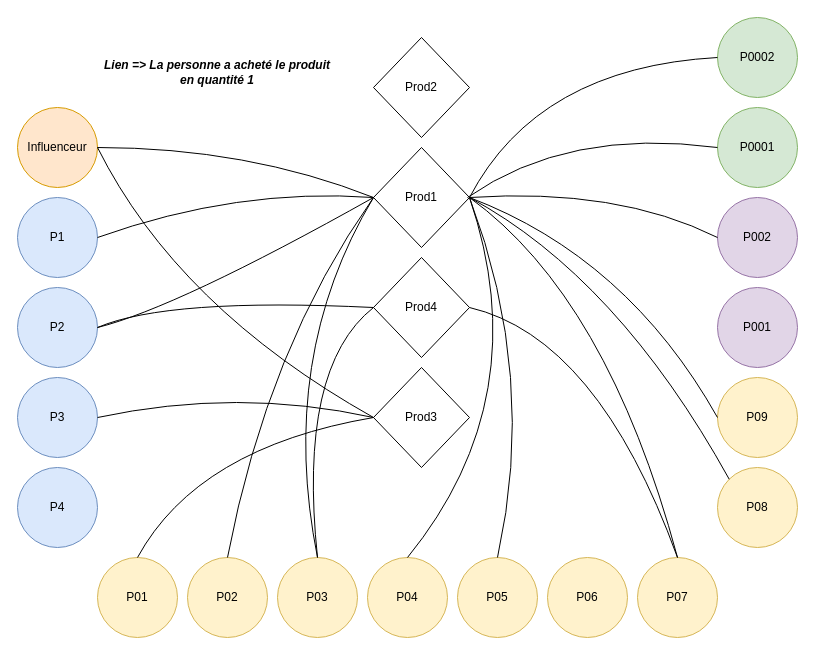
KontainPluton/tp_nosql_vs_sql keeps this draw.io diagram as page "Produits" (2 of 2) of doc/schemas/DiagrammePersonnes.drawio. Above is the earlier version. Source tidied: cells renumbered, new cells numbered last; positions are measured from the earlier drawing's top-left corner, leaving out a move shared by most shapes. Both pictures are drawn from the tidied source at 100%, with x=0, y=0 at pixel (17, 17).
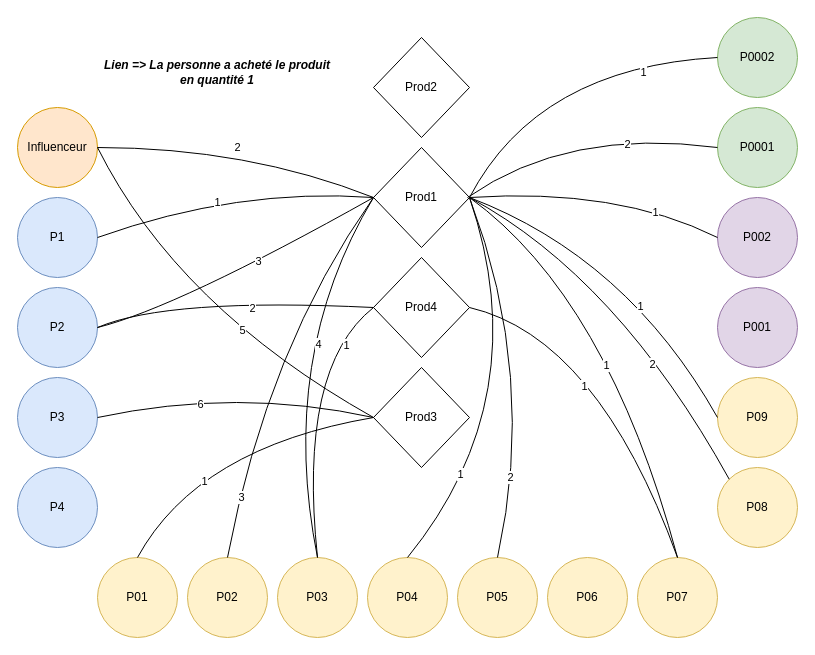
The same diagram, later.

The change refers to these unchanged cells:
```xml
<mxCell id="24" style="endArrow=none;html=1;curved=1;exitX=1;exitY=0.5;exitDx=0;exitDy=0;entryX=0;entryY=0.5;entryDx=0;entryDy=0;" parent="1" edge="1" source="2" target="20">
  <mxGeometry relative="1" as="geometry">
    <Array as="points">
      <mxPoint x="230" y="130" />
    </Array>
  </mxGeometry>
</mxCell>
<mxCell id="25" style="endArrow=none;html=1;curved=1;exitX=1;exitY=0.5;exitDx=0;exitDy=0;entryX=0;entryY=0.5;entryDx=0;entryDy=0;" parent="1" edge="1" source="3" target="20">
  <mxGeometry relative="1" as="geometry">
    <Array as="points">
      <mxPoint x="220" y="170" />
    </Array>
  </mxGeometry>
</mxCell>
<mxCell id="26" style="endArrow=none;html=1;curved=1;exitX=1;exitY=0.5;exitDx=0;exitDy=0;entryX=0;entryY=0.5;entryDx=0;entryDy=0;" parent="1" edge="1" source="4" target="21">
  <mxGeometry relative="1" as="geometry">
    <Array as="points">
      <mxPoint x="150" y="280" />
    </Array>
  </mxGeometry>
</mxCell>
<mxCell id="27" style="endArrow=none;html=1;curved=1;exitX=1;exitY=0.5;exitDx=0;exitDy=0;entryX=0;entryY=0.5;entryDx=0;entryDy=0;" parent="1" edge="1" source="5" target="23">
  <mxGeometry relative="1" as="geometry">
    <Array as="points">
      <mxPoint x="220" y="370" />
    </Array>
  </mxGeometry>
</mxCell>
<mxCell id="28" style="endArrow=none;html=1;curved=1;exitX=0;exitY=0.5;exitDx=0;exitDy=0;entryX=1;entryY=0.5;entryDx=0;entryDy=0;" parent="1" edge="1" source="19" target="20">
  <mxGeometry relative="1" as="geometry">
    <Array as="points">
      <mxPoint x="520" y="50" />
    </Array>
  </mxGeometry>
</mxCell>
<mxCell id="29" style="endArrow=none;html=1;curved=1;exitX=0;exitY=0.5;exitDx=0;exitDy=0;" parent="1" edge="1" source="18">
  <mxGeometry relative="1" as="geometry">
    <mxPoint x="450" y="180" as="targetPoint" />
    <Array as="points">
      <mxPoint x="550" y="110" />
    </Array>
  </mxGeometry>
</mxCell>
<mxCell id="30" style="endArrow=none;html=1;curved=1;exitX=1;exitY=0.5;exitDx=0;exitDy=0;entryX=0;entryY=0.5;entryDx=0;entryDy=0;" parent="1" edge="1" source="4" target="20">
  <mxGeometry relative="1" as="geometry">
    <Array as="points">
      <mxPoint x="160" y="290" />
    </Array>
  </mxGeometry>
</mxCell>
<mxCell id="31" style="endArrow=none;html=1;curved=1;exitX=1;exitY=0.5;exitDx=0;exitDy=0;entryX=0;entryY=0.5;entryDx=0;entryDy=0;" parent="1" edge="1" source="20" target="17">
  <mxGeometry relative="1" as="geometry">
    <Array as="points">
      <mxPoint x="600" y="170" />
    </Array>
  </mxGeometry>
</mxCell>
<mxCell id="32" style="endArrow=none;html=1;curved=1;exitX=1;exitY=0.5;exitDx=0;exitDy=0;entryX=0;entryY=0.5;entryDx=0;entryDy=0;" parent="1" edge="1" source="20" target="15">
  <mxGeometry relative="1" as="geometry">
    <Array as="points">
      <mxPoint x="610" y="240" />
    </Array>
  </mxGeometry>
</mxCell>
<mxCell id="33" style="endArrow=none;html=1;curved=1;exitX=1;exitY=0.5;exitDx=0;exitDy=0;entryX=0;entryY=0;entryDx=0;entryDy=0;" parent="1" edge="1" source="20" target="14">
  <mxGeometry relative="1" as="geometry">
    <Array as="points">
      <mxPoint x="600" y="260" />
    </Array>
  </mxGeometry>
</mxCell>
<mxCell id="34" style="endArrow=none;html=1;curved=1;exitX=1;exitY=0.5;exitDx=0;exitDy=0;entryX=0.5;entryY=0;entryDx=0;entryDy=0;" parent="1" edge="1" source="20" target="13">
  <mxGeometry relative="1" as="geometry">
    <Array as="points">
      <mxPoint x="590" y="280" />
    </Array>
  </mxGeometry>
</mxCell>
<mxCell id="35" style="endArrow=none;html=1;curved=1;exitX=1;exitY=0.5;exitDx=0;exitDy=0;" parent="1" edge="1" source="21">
  <mxGeometry relative="1" as="geometry">
    <mxPoint x="660" y="540" as="targetPoint" />
    <Array as="points">
      <mxPoint x="580" y="320" />
    </Array>
  </mxGeometry>
</mxCell>
<mxCell id="36" style="endArrow=none;html=1;curved=1;exitX=0.5;exitY=0;exitDx=0;exitDy=0;entryX=1;entryY=0.5;entryDx=0;entryDy=0;" parent="1" edge="1" source="11" target="20">
  <mxGeometry relative="1" as="geometry">
    <Array as="points">
      <mxPoint x="520" y="360" />
    </Array>
  </mxGeometry>
</mxCell>
<mxCell id="37" style="endArrow=none;html=1;curved=1;exitX=0.5;exitY=0;exitDx=0;exitDy=0;entryX=1;entryY=0.5;entryDx=0;entryDy=0;" parent="1" edge="1" source="10" target="20">
  <mxGeometry relative="1" as="geometry">
    <Array as="points">
      <mxPoint x="520" y="380" />
    </Array>
  </mxGeometry>
</mxCell>
<mxCell id="38" style="endArrow=none;html=1;curved=1;exitX=0.5;exitY=0;exitDx=0;exitDy=0;entryX=0;entryY=0.5;entryDx=0;entryDy=0;" parent="1" edge="1" source="9" target="20">
  <mxGeometry relative="1" as="geometry">
    <Array as="points">
      <mxPoint x="260" y="340" />
    </Array>
  </mxGeometry>
</mxCell>
<mxCell id="39" style="endArrow=none;html=1;curved=1;exitX=0.5;exitY=0;exitDx=0;exitDy=0;entryX=0;entryY=0.5;entryDx=0;entryDy=0;" parent="1" edge="1" source="9" target="21">
  <mxGeometry relative="1" as="geometry">
    <Array as="points">
      <mxPoint x="280" y="350" />
    </Array>
  </mxGeometry>
</mxCell>
<mxCell id="40" style="endArrow=none;html=1;curved=1;exitX=0.5;exitY=0;exitDx=0;exitDy=0;entryX=0;entryY=0.5;entryDx=0;entryDy=0;" parent="1" edge="1" source="8" target="20">
  <mxGeometry relative="1" as="geometry">
    <Array as="points">
      <mxPoint x="250" y="330" />
    </Array>
  </mxGeometry>
</mxCell>
<mxCell id="41" style="endArrow=none;html=1;curved=1;exitX=0.5;exitY=0;exitDx=0;exitDy=0;entryX=0;entryY=0.5;entryDx=0;entryDy=0;" parent="1" edge="1" source="7" target="23">
  <mxGeometry relative="1" as="geometry">
    <Array as="points">
      <mxPoint x="180" y="430" />
    </Array>
  </mxGeometry>
</mxCell>
<mxCell id="42" style="endArrow=none;html=1;curved=1;exitX=1;exitY=0.5;exitDx=0;exitDy=0;entryX=0;entryY=0.5;entryDx=0;entryDy=0;" parent="1" edge="1" source="2" target="23">
  <mxGeometry relative="1" as="geometry">
    <Array as="points">
      <mxPoint x="160" y="290" />
    </Array>
  </mxGeometry>
</mxCell>
```

The edit, as a diff of the source:
```diff
@@
+    <mxCell id="44" value="2" style="edgeLabel;html=1;align=center;verticalAlign=middle;" parent="24" vertex="1">
+      <mxGeometry x="0.32" y="-7" relative="1" as="geometry">
+        <mxPoint x="-43" y="-21" as="offset" />
+      </mxGeometry>
+    </mxCell>
@@
+    <mxCell id="45" value="1" style="edgeLabel;html=1;align=center;verticalAlign=middle;" parent="25" vertex="1">
+      <mxGeometry x="-0.13" y="-7" relative="1" as="geometry" />
+    </mxCell>
@@
+    <mxCell id="46" value="2" style="edgeLabel;html=1;align=center;verticalAlign=middle;" parent="26" vertex="1">
+      <mxGeometry x="0.14" y="-6" relative="1" as="geometry" />
+    </mxCell>
@@
+    <mxCell id="47" value="6" style="edgeLabel;html=1;align=center;verticalAlign=middle;" parent="27" vertex="1">
+      <mxGeometry x="-0.27" y="-8" relative="1" as="geometry" />
+    </mxCell>
@@
+    <mxCell id="48" value="1" style="edgeLabel;html=1;align=center;verticalAlign=middle;" parent="28" vertex="1">
+      <mxGeometry x="-0.54" y="10" relative="1" as="geometry" />
+    </mxCell>
@@
+    <mxCell id="49" value="2" style="edgeLabel;html=1;align=center;verticalAlign=middle;" parent="29" vertex="1">
+      <mxGeometry x="-0.34" y="8" relative="1" as="geometry" />
+    </mxCell>
@@
+    <mxCell id="50" value="3" style="edgeLabel;html=1;align=center;verticalAlign=middle;" parent="30" vertex="1">
+      <mxGeometry x="0.14" y="1" relative="1" as="geometry" />
+    </mxCell>
@@
+    <mxCell id="51" value="1" style="edgeLabel;html=1;align=center;verticalAlign=middle;" parent="31" vertex="1">
+      <mxGeometry x="0.48" y="-5" relative="1" as="geometry" />
+    </mxCell>
@@
+    <mxCell id="52" value="1" style="edgeLabel;html=1;align=center;verticalAlign=middle;" parent="32" vertex="1">
+      <mxGeometry x="0.23" y="-13" relative="1" as="geometry" />
+    </mxCell>
@@
+    <mxCell id="53" value="2" style="edgeLabel;html=1;align=center;verticalAlign=middle;" parent="33" vertex="1">
+      <mxGeometry x="0.31" y="-12" relative="1" as="geometry" />
+    </mxCell>
@@
+    <mxCell id="54" value="1" style="edgeLabel;html=1;align=center;verticalAlign=middle;" parent="34" vertex="1">
+      <mxGeometry x="0.07" y="-19" relative="1" as="geometry" />
+    </mxCell>
@@
+    <mxCell id="55" value="1" style="edgeLabel;html=1;align=center;verticalAlign=middle;" parent="35" vertex="1">
+      <mxGeometry x="-0.06" y="-29" relative="1" as="geometry" />
+    </mxCell>
@@
+    <mxCell id="56" value="2" style="edgeLabel;html=1;align=center;verticalAlign=middle;" parent="36" vertex="1">
+      <mxGeometry x="-0.57" y="5" relative="1" as="geometry" />
+    </mxCell>
@@
+    <mxCell id="57" value="1" style="edgeLabel;html=1;align=center;verticalAlign=middle;" parent="37" vertex="1">
+      <mxGeometry x="-0.53" y="12" relative="1" as="geometry" />
+    </mxCell>
@@
+    <mxCell id="58" value="4" style="edgeLabel;html=1;align=center;verticalAlign=middle;" parent="38" vertex="1">
+      <mxGeometry x="0.21" y="-28" relative="1" as="geometry" />
+    </mxCell>
@@
+    <mxCell id="59" value="1" style="edgeLabel;html=1;align=center;verticalAlign=middle;" parent="39" vertex="1">
+      <mxGeometry x="0.69" y="-12" relative="1" as="geometry" />
+    </mxCell>
@@
+    <mxCell id="60" value="3" style="edgeLabel;html=1;align=center;verticalAlign=middle;" parent="40" vertex="1">
+      <mxGeometry x="-0.69" y="-2" relative="1" as="geometry" />
+    </mxCell>
@@
+    <mxCell id="61" value="1" style="edgeLabel;html=1;align=center;verticalAlign=middle;" parent="41" vertex="1">
+      <mxGeometry x="-0.35" y="-22" relative="1" as="geometry" />
+    </mxCell>
@@
+    <mxCell id="62" value="5" style="edgeLabel;html=1;align=center;verticalAlign=middle;" parent="42" vertex="1">
+      <mxGeometry x="0.22" y="12" relative="1" as="geometry" />
+    </mxCell>
```
